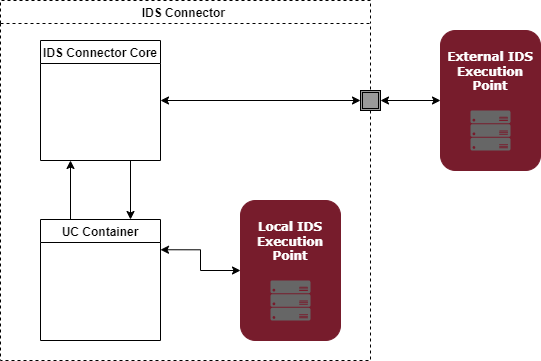
Before: documentation/4_Perspectives_of_the_Reference_Architecture_Model/4_1_Security_Perspective/media/Context-information-and-execution-point-PXP.drawio.png, a diagram exported from draw.io (International-Data-Spaces-Association/IDS-RAM_4_0). Source tidied: cells renumbered, new cells last; positions are measured from the earlier drawing's top-left corner, leaving out a move shared by most shapes.
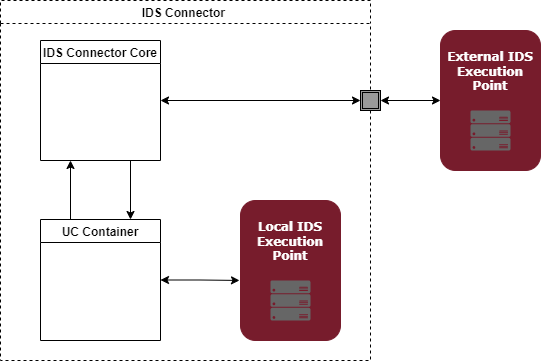
The same file after the commit.

Diff of the diagram source:
```diff
@@ -26,7 +26,7 @@
     <mxCell id="9" style="sketch=0;shadow=0;dashed=0;html=1;strokeColor=none;labelPosition=center;verticalLabelPosition=bottom;verticalAlign=top;align=center;fillColor=#666666;shape=mxgraph.azure.server_rack;" parent="3" vertex="1">
       <mxGeometry x="270" y="280" width="40" height="40" as="geometry" />
     </mxCell>
-    <mxCell id="10" style="edgeStyle=orthogonalEdgeStyle;rounded=0;jettySize=auto;html=1;exitX=1;exitY=0.25;exitDx=0;exitDy=0;startArrow=classic;startFill=1;" parent="3" edge="1" source="5" target="8">
+    <mxCell id="10" style="edgeStyle=orthogonalEdgeStyle;rounded=0;jettySize=auto;html=1;exitX=1;exitY=0.5;exitDx=0;exitDy=0;startArrow=classic;startFill=1;entryX=-0.01;entryY=0.571;entryDx=0;entryDy=0;entryPerimeter=0;" parent="3" edge="1" source="5" target="8">
       <mxGeometry relative="1" as="geometry" />
     </mxCell>
     <mxCell id="11" style="edgeStyle=orthogonalEdgeStyle;rounded=0;orthogonalLoop=1;jettySize=auto;html=1;exitX=1;exitY=0.5;exitDx=0;exitDy=0;startArrow=none;startFill=1;entryX=0;entryY=0.5;entryDx=0;entryDy=0;" parent="1" edge="1" source="12" target="12">
```
